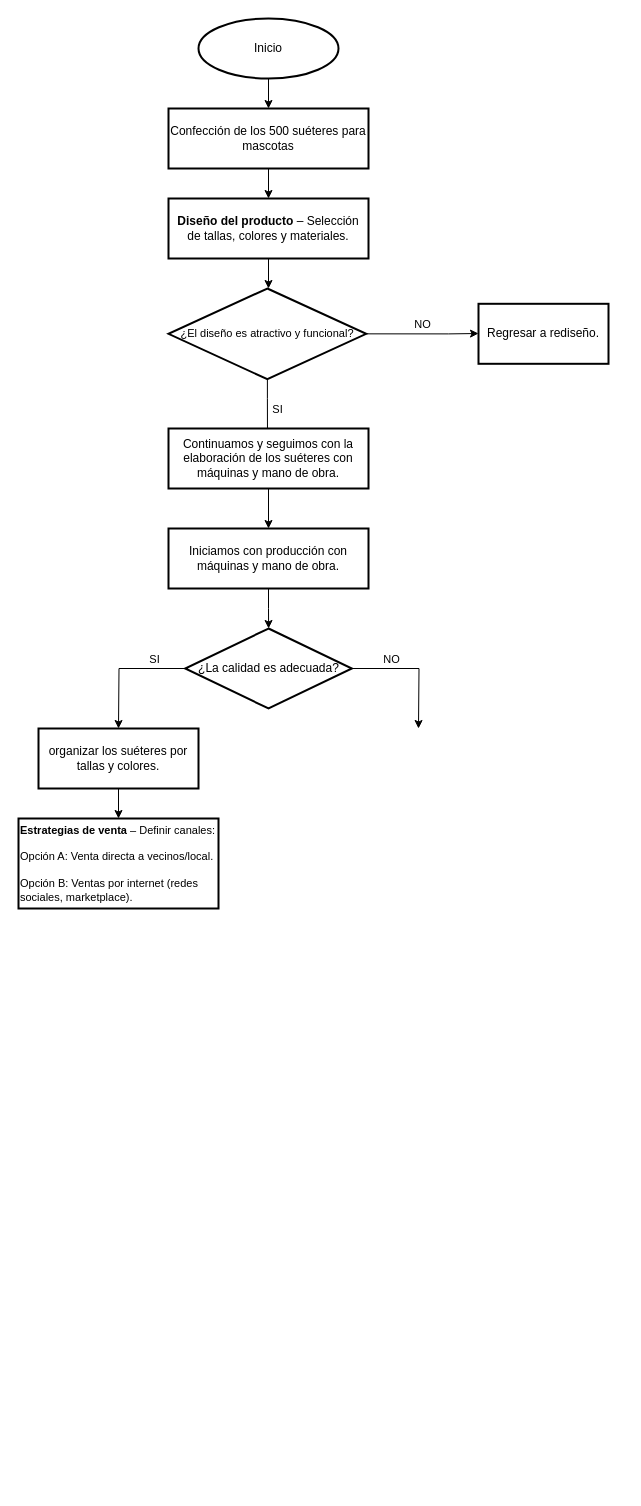
Zapta123/Metodolog-a-de-la-programaci-n- keeps this draw.io diagram as Plan de negocio.drawio. Above is the earlier version. Source tidied: cells renumbered, new cells numbered last; positions are measured from the earlier drawing's top-left corner, leaving out a move shared by most shapes. Both pictures are drawn from the tidied source at 100%, with x=0, y=0 at pixel (18, 18).
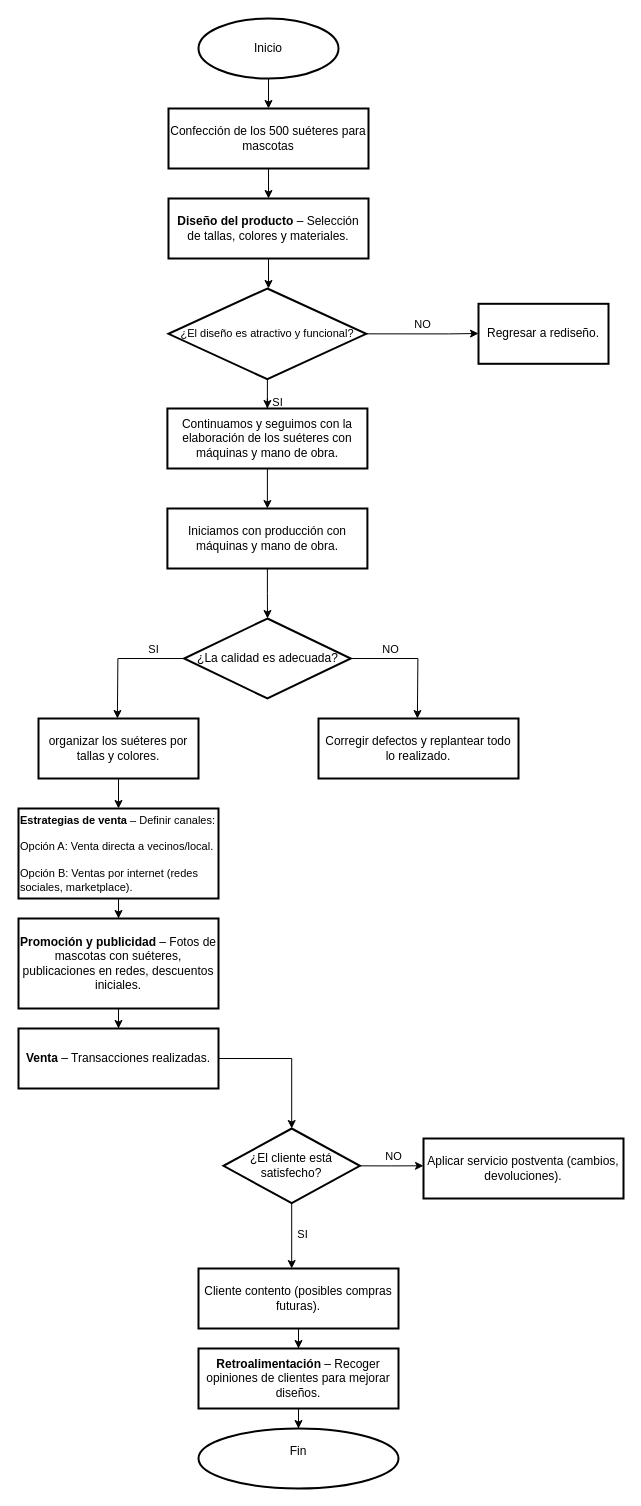
Above is the later version.

The change refers to these unchanged cells:
```xml
<mxCell id="11" value="&lt;font style=&quot;font-size: 11px;&quot;&gt;¿El diseño es atractivo y funcional?&lt;/font&gt;" style="strokeWidth=2;html=1;shape=mxgraph.flowchart.decision;whiteSpace=wrap;" parent="1" vertex="1">
  <mxGeometry x="150" y="270" width="197.7" height="90.7" as="geometry" />
</mxCell>
```

What changed in the source:
```diff
@@
-    <mxCell id="8" style="edgeStyle=orthogonalEdgeStyle;rounded=0;jettySize=auto;html=1;" parent="1" edge="1" source="11">
+    <mxCell id="8" style="edgeStyle=orthogonalEdgeStyle;rounded=0;jettySize=auto;html=1;" parent="1" edge="1" source="15">
       <mxGeometry relative="1" as="geometry">
         <mxPoint x="249" y="420" as="targetPoint" />
         <Array as="points">
           <mxPoint x="249" y="380" />
           <mxPoint x="249" y="380" />
         </Array>
       </mxGeometry>
     </mxCell>
-    <mxCell id="9" value="SI" style="edgeLabel;html=1;align=center;verticalAlign=middle;" parent="8" vertex="1">
-      <mxGeometry x="-0.57" y="-2" relative="1" as="geometry">
-        <mxPoint x="12" y="17" as="offset" />
-      </mxGeometry>
-    </mxCell>
@@
-    <mxCell id="15" value="Continuamos y seguimos con la elaboración&amp;nbsp;de los suéteres con máquinas y mano de obra." style="rounded=1;whiteSpace=wrap;html=1;absoluteArcSize=1;arcSize=0;strokeWidth=2;" parent="1" vertex="1">
-      <mxGeometry x="150" y="410" width="200" height="60" as="geometry" />
-    </mxCell>
@@
     <mxCell id="18" value="Iniciamos con producción&amp;nbsp;con máquinas y mano de obra." style="rounded=1;whiteSpace=wrap;html=1;absoluteArcSize=1;arcSize=0;strokeWidth=2;" parent="1" vertex="1">
-      <mxGeometry x="150" y="510" width="200" height="60" as="geometry" />
+      <mxGeometry x="148.9" y="490" width="200" height="60" as="geometry" />
     </mxCell>
     <mxCell id="19" style="group;" parent="1" vertex="1">
-      <mxGeometry x="100" y="610" width="300" height="100" as="geometry" />
+      <mxGeometry x="98.9" y="600" width="300" height="100" as="geometry" />
     </mxCell>
@@
     <mxCell id="26" value="organizar los suéteres por tallas y colores." style="rounded=1;whiteSpace=wrap;html=1;absoluteArcSize=1;arcSize=0;strokeWidth=2;" parent="1" vertex="1">
-      <mxGeometry x="20" y="710" width="160" height="60" as="geometry" />
+      <mxGeometry x="20" y="700" width="160" height="60" as="geometry" />
     </mxCell>
+    <mxCell id="28" style="edgeStyle=orthogonalEdgeStyle;rounded=0;jettySize=auto;html=1;" parent="1" edge="1" source="27" target="30">
+      <mxGeometry relative="1" as="geometry" />
+    </mxCell>
     <mxCell id="27" value="&lt;p style=&quot;&quot;&gt;&lt;span style=&quot;white-space-collapse: preserve;&quot;&gt;&lt;font style=&quot;font-size: 11px;&quot;&gt;&lt;strong&gt;Estrategias de venta&lt;/strong&gt; – Definir canales:&lt;/font&gt;&lt;/span&gt;&lt;/p&gt;&lt;p style=&quot;&quot;&gt;&lt;span style=&quot;white-space-collapse: preserve; background-color: transparent; color: light-dark(rgb(0, 0, 0), rgb(255, 255, 255));&quot;&gt;&lt;font style=&quot;font-size: 11px;&quot;&gt;Opción A: Venta directa a vecinos/local.&lt;/font&gt;&lt;/span&gt;&lt;/p&gt;&lt;p style=&quot;&quot;&gt;&lt;span style=&quot;white-space-collapse: preserve; background-color: transparent; color: light-dark(rgb(0, 0, 0), rgb(255, 255, 255));&quot;&gt;&lt;font style=&quot;font-size: 11px;&quot;&gt;Opción B: Ventas por internet (redes sociales, marketplace).&lt;/font&gt;&lt;/span&gt;&lt;/p&gt;" style="rounded=1;whiteSpace=wrap;html=1;absoluteArcSize=1;arcSize=0;strokeWidth=2;align=left;" parent="1" vertex="1">
-      <mxGeometry y="800" width="200" height="90" as="geometry" />
+      <mxGeometry y="790" width="200" height="90" as="geometry" />
     </mxCell>
+    <mxCell id="29" style="edgeStyle=orthogonalEdgeStyle;rounded=0;jettySize=auto;html=1;" parent="1" edge="1" source="30" target="34">
+      <mxGeometry relative="1" as="geometry" />
+    </mxCell>
+    <mxCell id="30" value="&lt;div style=&quot;&quot;&gt;&lt;strong style=&quot;background-color: transparent; color: light-dark(rgb(0, 0, 0), rgb(255, 255, 255));&quot;&gt;Promoción y publicidad&lt;/strong&gt;&lt;span style=&quot;background-color: transparent; color: light-dark(rgb(0, 0, 0), rgb(255, 255, 255));&quot;&gt; – Fotos de mascotas con suéteres, publicaciones en redes, descuentos iniciales.&lt;/span&gt;&lt;/div&gt;" style="rounded=1;whiteSpace=wrap;html=1;absoluteArcSize=1;arcSize=0;strokeWidth=2;" parent="1" vertex="1">
+      <mxGeometry y="900" width="200" height="90" as="geometry" />
+    </mxCell>
+    <mxCell id="31" style="edgeStyle=orthogonalEdgeStyle;rounded=0;orthogonalLoop=1;jettySize=auto;html=1;exitX=0.5;exitY=1;exitDx=0;exitDy=0;" parent="1" edge="1" source="30" target="30">
+      <mxGeometry relative="1" as="geometry" />
+    </mxCell>
+    <mxCell id="32" value="Corregir defectos y replantear todo lo realizado." style="rounded=1;whiteSpace=wrap;html=1;absoluteArcSize=1;arcSize=0;strokeWidth=2;" parent="1" vertex="1">
+      <mxGeometry x="300" y="700" width="200" height="60" as="geometry" />
+    </mxCell>
+    <mxCell id="33" style="edgeStyle=orthogonalEdgeStyle;rounded=0;jettySize=auto;html=1;entryX=0.5;entryY=0;entryDx=0;entryDy=0;entryPerimeter=0;" parent="1" edge="1" source="34" target="41">
+      <mxGeometry relative="1" as="geometry" />
+    </mxCell>
+    <mxCell id="34" value="&lt;strong&gt;Venta&lt;/strong&gt; – Transacciones realizadas." style="rounded=1;whiteSpace=wrap;html=1;absoluteArcSize=1;arcSize=0;strokeWidth=2;" parent="1" vertex="1">
+      <mxGeometry y="1010" width="200" height="60" as="geometry" />
+    </mxCell>
+    <mxCell id="35" style="edgeStyle=orthogonalEdgeStyle;rounded=0;jettySize=auto;html=1;" parent="1" edge="1" source="11" target="15">
+      <mxGeometry relative="1" as="geometry" />
+    </mxCell>
+    <mxCell id="36" value="SI" style="edgeLabel;html=1;align=center;verticalAlign=middle;" parent="35" vertex="1">
+      <mxGeometry x="-0.57" y="-2" relative="1" as="geometry">
+        <mxPoint x="12" y="17" as="offset" />
+      </mxGeometry>
+    </mxCell>
+    <mxCell id="15" value="Continuamos y seguimos con la elaboración&amp;nbsp;de los suéteres con máquinas y mano de obra." style="rounded=1;whiteSpace=wrap;html=1;absoluteArcSize=1;arcSize=0;strokeWidth=2;" parent="1" vertex="1">
+      <mxGeometry x="148.9" y="390" width="200" height="60" as="geometry" />
+    </mxCell>
+    <mxCell id="37" style="group;" parent="1" vertex="1">
+      <mxGeometry x="205" y="1110" width="200" height="140" as="geometry" />
+    </mxCell>
+    <mxCell id="38" style="edgeStyle=orthogonalEdgeStyle;rounded=0;jettySize=auto;html=1;" parent="37" edge="1" source="41">
+      <mxGeometry relative="1" as="geometry">
+        <mxPoint x="68.2" y="140" as="targetPoint" />
+      </mxGeometry>
+    </mxCell>
+    <mxCell id="39" value="SI" style="edgeLabel;html=1;align=center;verticalAlign=middle;" parent="38" vertex="1">
+      <mxGeometry x="-0.57" y="-2" relative="1" as="geometry">
+        <mxPoint x="12" y="17" as="offset" />
+      </mxGeometry>
+    </mxCell>
+    <mxCell id="40" style="edgeStyle=orthogonalEdgeStyle;rounded=0;jettySize=auto;html=1;exitX=1;exitY=0.5;exitDx=0;exitDy=0;exitPerimeter=0;" parent="37" edge="1" source="41">
+      <mxGeometry relative="1" as="geometry">
+        <mxPoint x="136.4" y="37.3" as="targetPoint" />
+      </mxGeometry>
+    </mxCell>
+    <mxCell id="41" value="¿El cliente está satisfecho?" style="strokeWidth=2;html=1;shape=mxgraph.flowchart.decision;whiteSpace=wrap;" parent="37" vertex="1">
+      <mxGeometry width="136.4" height="74.7" as="geometry" />
+    </mxCell>
+    <mxCell id="42" style="edgeStyle=orthogonalEdgeStyle;rounded=0;jettySize=auto;html=1;exitX=1;exitY=0.5;exitDx=0;exitDy=0;exitPerimeter=0;" parent="37" edge="1" source="41">
+      <mxGeometry relative="1" as="geometry">
+        <mxPoint x="200" y="37.3" as="targetPoint" />
+      </mxGeometry>
+    </mxCell>
+    <mxCell id="43" value="NO" style="edgeLabel;html=1;align=center;verticalAlign=middle;" parent="42" vertex="1">
+      <mxGeometry x="-0.06" relative="1" as="geometry">
+        <mxPoint x="3" y="-10" as="offset" />
+      </mxGeometry>
+    </mxCell>
+    <mxCell id="44" value="Aplicar servicio postventa (cambios, devoluciones)." style="rounded=1;whiteSpace=wrap;html=1;absoluteArcSize=1;arcSize=0;strokeWidth=2;" parent="1" vertex="1">
+      <mxGeometry x="405" y="1120" width="200" height="60" as="geometry" />
+    </mxCell>
+    <mxCell id="45" style="edgeStyle=orthogonalEdgeStyle;rounded=0;jettySize=auto;html=1;" parent="1" edge="1" source="46" target="48">
+      <mxGeometry relative="1" as="geometry" />
+    </mxCell>
+    <mxCell id="46" value="Cliente contento&amp;nbsp;(posibles compras futuras)." style="rounded=1;whiteSpace=wrap;html=1;absoluteArcSize=1;arcSize=0;strokeWidth=2;" parent="1" vertex="1">
+      <mxGeometry x="180" y="1250" width="200" height="60" as="geometry" />
+    </mxCell>
+    <mxCell id="47" style="edgeStyle=orthogonalEdgeStyle;rounded=0;jettySize=auto;html=1;" parent="1" edge="1" source="48" target="49">
+      <mxGeometry relative="1" as="geometry" />
+    </mxCell>
+    <mxCell id="48" value="&lt;strong&gt;Retroalimentación&lt;/strong&gt; – Recoger opiniones de clientes para mejorar diseños." style="rounded=1;whiteSpace=wrap;html=1;absoluteArcSize=1;arcSize=0;strokeWidth=2;" parent="1" vertex="1">
+      <mxGeometry x="180" y="1330" width="200" height="60" as="geometry" />
+    </mxCell>
+    <mxCell id="49" value="Fin&lt;div&gt;&lt;br&gt;&lt;/div&gt;" style="strokeWidth=2;html=1;shape=mxgraph.flowchart.start_1;whiteSpace=wrap;" parent="1" vertex="1">
+      <mxGeometry x="180" y="1410" width="200" height="60" as="geometry" />
+    </mxCell>
```
